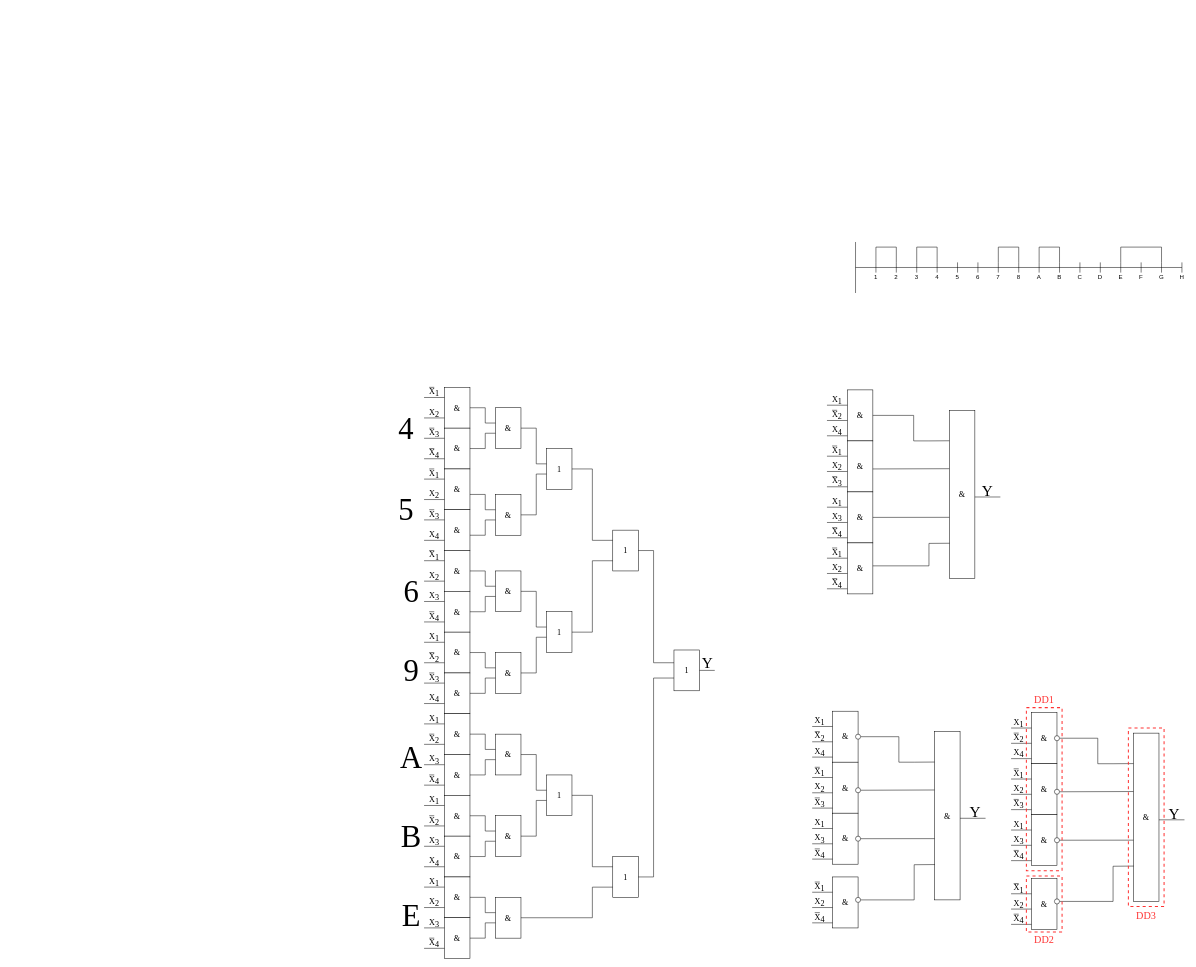
This is lab1_arc_evm.drawio from Hlebnica/arch_evm, a draw.io file, before an edit. Source tidied: cells renumbered, new cells numbered last; positions are measured from the earlier drawing's top-left corner, leaving out a move shared by most shapes. Both pictures are drawn from the tidied source at 51%, with x=0, y=0 at pixel (398, 242).
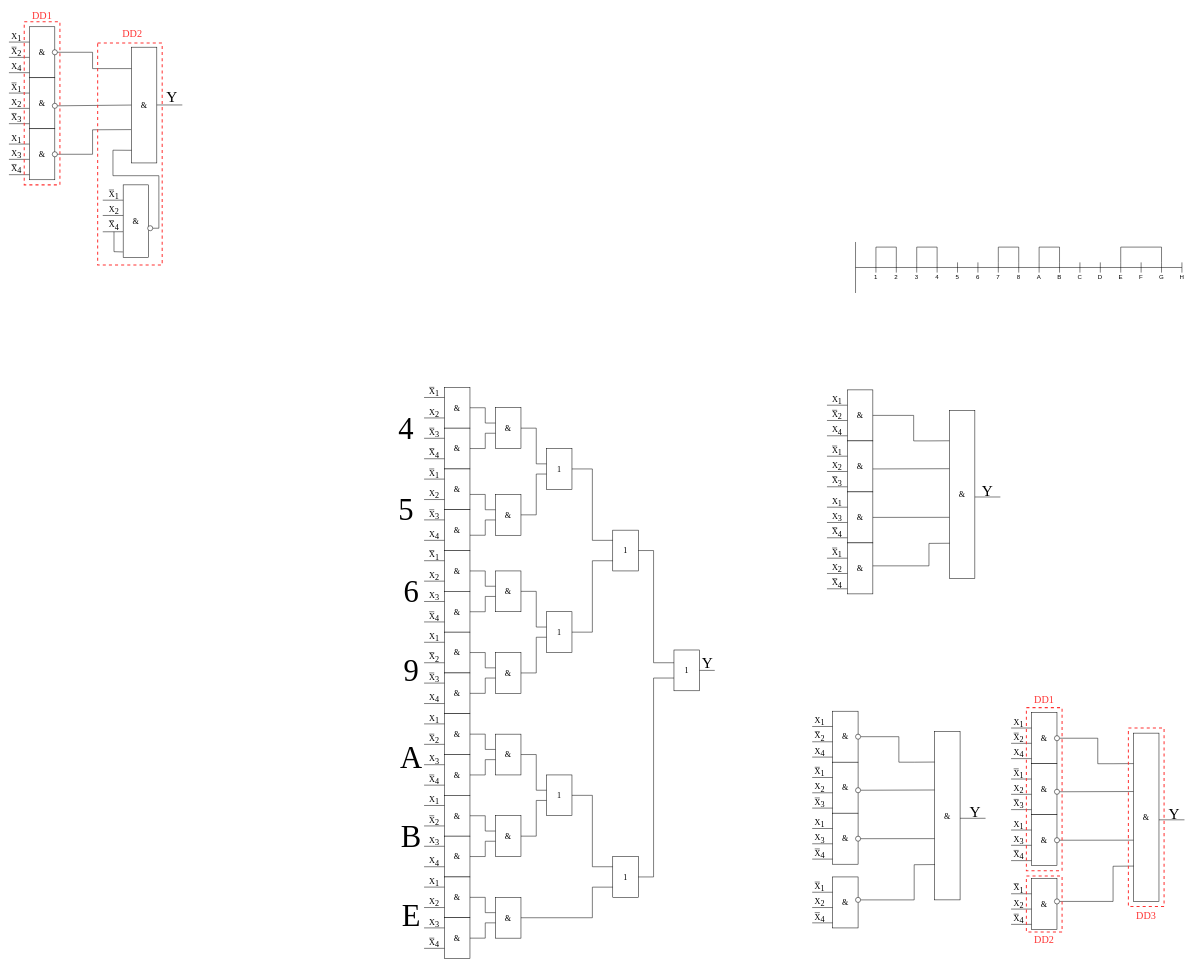
The same page after the edit.

Commit message (it also covers changes not shown here):
lab1_end

Diff of the diagram source:
```diff
@@
+    <mxCell id="309" value="&amp;amp;" style="rounded=0;whiteSpace=wrap;html=1;fontFamily=Times New Roman;fontSize=16;" parent="1" vertex="1">
+      <mxGeometry x="-724" y="-422" width="50" height="100" as="geometry" />
+    </mxCell>
+    <mxCell id="310" style="endArrow=none;html=1;rounded=0;" parent="1" edge="1">
+      <mxGeometry relative="1" as="geometry">
+        <mxPoint x="-764" y="-392" as="sourcePoint" />
+        <mxPoint x="-724" y="-392" as="targetPoint" />
+      </mxGeometry>
+    </mxCell>
+    <mxCell id="311" style="endArrow=none;html=1;rounded=0;" parent="1" edge="1">
+      <mxGeometry relative="1" as="geometry">
+        <mxPoint x="-764" y="-332" as="sourcePoint" />
+        <mxPoint x="-724" y="-332" as="targetPoint" />
+      </mxGeometry>
+    </mxCell>
+    <mxCell id="312" style="endArrow=none;html=1;rounded=0;" parent="1" edge="1">
+      <mxGeometry relative="1" as="geometry">
+        <mxPoint x="-764" y="-362" as="sourcePoint" />
+        <mxPoint x="-724" y="-362" as="targetPoint" />
+      </mxGeometry>
+    </mxCell>
+    <mxCell id="313" value="&amp;amp;" style="rounded=0;whiteSpace=wrap;html=1;fontFamily=Times New Roman;fontSize=16;" parent="1" vertex="1">
+      <mxGeometry x="-724" y="-322" width="50" height="100" as="geometry" />
+    </mxCell>
+    <mxCell id="314" style="endArrow=none;html=1;rounded=0;" parent="1" edge="1">
+      <mxGeometry relative="1" as="geometry">
+        <mxPoint x="-764" y="-292" as="sourcePoint" />
+        <mxPoint x="-724" y="-292" as="targetPoint" />
+      </mxGeometry>
+    </mxCell>
+    <mxCell id="315" style="endArrow=none;html=1;rounded=0;" parent="1" edge="1">
+      <mxGeometry relative="1" as="geometry">
+        <mxPoint x="-764" y="-232" as="sourcePoint" />
+        <mxPoint x="-724" y="-232" as="targetPoint" />
+      </mxGeometry>
+    </mxCell>
+    <mxCell id="316" style="endArrow=none;html=1;rounded=0;" parent="1" edge="1">
+      <mxGeometry relative="1" as="geometry">
+        <mxPoint x="-764" y="-262" as="sourcePoint" />
+        <mxPoint x="-724" y="-262" as="targetPoint" />
+      </mxGeometry>
+    </mxCell>
+    <mxCell id="317" value="&amp;amp;" style="rounded=0;whiteSpace=wrap;html=1;fontFamily=Times New Roman;fontSize=16;" parent="1" vertex="1">
+      <mxGeometry x="-724" y="-222" width="50" height="100" as="geometry" />
+    </mxCell>
+    <mxCell id="318" style="endArrow=none;html=1;rounded=0;" parent="1" edge="1">
+      <mxGeometry relative="1" as="geometry">
+        <mxPoint x="-764" y="-192" as="sourcePoint" />
+        <mxPoint x="-724" y="-192" as="targetPoint" />
+      </mxGeometry>
+    </mxCell>
+    <mxCell id="319" style="endArrow=none;html=1;rounded=0;" parent="1" edge="1">
+      <mxGeometry relative="1" as="geometry">
+        <mxPoint x="-764" y="-132" as="sourcePoint" />
+        <mxPoint x="-724" y="-132" as="targetPoint" />
+      </mxGeometry>
+    </mxCell>
+    <mxCell id="320" style="endArrow=none;html=1;rounded=0;" parent="1" edge="1">
+      <mxGeometry relative="1" as="geometry">
+        <mxPoint x="-764" y="-162" as="sourcePoint" />
+        <mxPoint x="-724" y="-162" as="targetPoint" />
+      </mxGeometry>
+    </mxCell>
+    <mxCell id="321" value="&amp;amp;" style="rounded=0;whiteSpace=wrap;html=1;fontFamily=Times New Roman;fontSize=16;" parent="1" vertex="1">
+      <mxGeometry x="-540" y="-112" width="50" height="142" as="geometry" />
+    </mxCell>
+    <mxCell id="322" style="endArrow=none;html=1;rounded=0;" parent="1" edge="1">
+      <mxGeometry relative="1" as="geometry">
+        <mxPoint x="-580" y="-82" as="sourcePoint" />
+        <mxPoint x="-540" y="-82" as="targetPoint" />
+      </mxGeometry>
+    </mxCell>
+    <mxCell id="323" style="endArrow=none;html=1;rounded=0;entryX=-0.007;entryY=0.647;entryDx=0;entryDy=0;entryPerimeter=0;" parent="1" edge="1" target="321">
+      <mxGeometry relative="1" as="geometry">
+        <mxPoint x="-580" y="-20" as="sourcePoint" />
+      </mxGeometry>
+    </mxCell>
+    <mxCell id="324" style="endArrow=none;html=1;rounded=0;" parent="1" edge="1">
+      <mxGeometry relative="1" as="geometry">
+        <mxPoint x="-580" y="-52" as="sourcePoint" />
+        <mxPoint x="-540" y="-52" as="targetPoint" />
+      </mxGeometry>
+    </mxCell>
+    <mxCell id="325" value="&lt;font style=&quot;font-size: 16px;&quot;&gt;X&lt;sub style=&quot;font-size: 16px;&quot;&gt;1&lt;/sub&gt;&lt;/font&gt;" style="text;html=1;strokeColor=none;fillColor=none;align=center;verticalAlign=middle;whiteSpace=wrap;rounded=0;fontFamily=Times New Roman;fontSize=16;" parent="1" vertex="1">
+      <mxGeometry x="-759" y="-412" width="20" height="20" as="geometry" />
+    </mxCell>
+    <mxCell id="326" value="&lt;font style=&quot;font-size: 16px;&quot;&gt;X&lt;sub style=&quot;font-size: 16px;&quot;&gt;2&lt;/sub&gt;&lt;/font&gt;" style="text;html=1;strokeColor=none;fillColor=none;align=center;verticalAlign=middle;whiteSpace=wrap;rounded=0;fontFamily=Times New Roman;fontSize=16;" parent="1" vertex="1">
+      <mxGeometry x="-759" y="-382" width="20" height="20" as="geometry" />
+    </mxCell>
+    <mxCell id="327" style="endArrow=none;html=1;rounded=0;fontFamily=Times New Roman;fontSize=16;exitX=0;exitY=0;exitDx=0;exitDy=0;entryX=0.5;entryY=0;entryDx=0;entryDy=0;" parent="1" edge="1" source="326" target="326">
+      <mxGeometry relative="1" as="geometry" />
+    </mxCell>
+    <mxCell id="328" value="&lt;font style=&quot;font-size: 16px;&quot;&gt;X&lt;sub style=&quot;font-size: 16px;&quot;&gt;4&lt;/sub&gt;&lt;/font&gt;" style="text;html=1;strokeColor=none;fillColor=none;align=center;verticalAlign=middle;whiteSpace=wrap;rounded=0;fontFamily=Times New Roman;fontSize=16;" parent="1" vertex="1">
+      <mxGeometry x="-759" y="-352" width="20" height="20" as="geometry" />
+    </mxCell>
+    <mxCell id="329" value="&lt;font style=&quot;font-size: 16px;&quot;&gt;X&lt;sub style=&quot;font-size: 16px;&quot;&gt;1&lt;/sub&gt;&lt;/font&gt;" style="text;html=1;strokeColor=none;fillColor=none;align=center;verticalAlign=middle;whiteSpace=wrap;rounded=0;fontFamily=Times New Roman;fontSize=16;" parent="1" vertex="1">
+      <mxGeometry x="-759" y="-312" width="20" height="20" as="geometry" />
+    </mxCell>
+    <mxCell id="330" style="endArrow=none;html=1;rounded=0;fontFamily=Times New Roman;fontSize=16;exitX=0;exitY=0;exitDx=0;exitDy=0;entryX=0.5;entryY=0;entryDx=0;entryDy=0;" parent="1" edge="1" source="329" target="329">
+      <mxGeometry relative="1" as="geometry" />
+    </mxCell>
+    <mxCell id="331" value="&lt;font style=&quot;font-size: 16px;&quot;&gt;X&lt;sub style=&quot;font-size: 16px;&quot;&gt;2&lt;/sub&gt;&lt;/font&gt;" style="text;html=1;strokeColor=none;fillColor=none;align=center;verticalAlign=middle;whiteSpace=wrap;rounded=0;fontFamily=Times New Roman;fontSize=16;" parent="1" vertex="1">
+      <mxGeometry x="-759" y="-282" width="20" height="20" as="geometry" />
+    </mxCell>
+    <mxCell id="332" value="&lt;font style=&quot;font-size: 16px;&quot;&gt;X&lt;sub style=&quot;font-size: 16px;&quot;&gt;3&lt;/sub&gt;&lt;/font&gt;" style="text;html=1;strokeColor=none;fillColor=none;align=center;verticalAlign=middle;whiteSpace=wrap;rounded=0;fontFamily=Times New Roman;fontSize=16;" parent="1" vertex="1">
+      <mxGeometry x="-759" y="-252" width="20" height="20" as="geometry" />
+    </mxCell>
+    <mxCell id="333" style="endArrow=none;html=1;rounded=0;fontFamily=Times New Roman;fontSize=16;exitX=0;exitY=0;exitDx=0;exitDy=0;entryX=0.5;entryY=0;entryDx=0;entryDy=0;" parent="1" edge="1" source="332" target="332">
+      <mxGeometry relative="1" as="geometry" />
+    </mxCell>
+    <mxCell id="334" value="&lt;font style=&quot;font-size: 16px;&quot;&gt;X&lt;sub style=&quot;font-size: 16px;&quot;&gt;1&lt;/sub&gt;&lt;/font&gt;" style="text;html=1;strokeColor=none;fillColor=none;align=center;verticalAlign=middle;whiteSpace=wrap;rounded=0;fontFamily=Times New Roman;fontSize=16;" parent="1" vertex="1">
+      <mxGeometry x="-759" y="-212" width="20" height="20" as="geometry" />
+    </mxCell>
+    <mxCell id="335" value="&lt;font style=&quot;font-size: 16px;&quot;&gt;X&lt;sub style=&quot;font-size: 16px;&quot;&gt;3&lt;/sub&gt;&lt;/font&gt;" style="text;html=1;strokeColor=none;fillColor=none;align=center;verticalAlign=middle;whiteSpace=wrap;rounded=0;fontFamily=Times New Roman;fontSize=16;" parent="1" vertex="1">
+      <mxGeometry x="-759" y="-182" width="20" height="20" as="geometry" />
+    </mxCell>
+    <mxCell id="336" value="&lt;font style=&quot;font-size: 16px;&quot;&gt;X&lt;sub style=&quot;font-size: 16px;&quot;&gt;4&lt;/sub&gt;&lt;/font&gt;" style="text;html=1;strokeColor=none;fillColor=none;align=center;verticalAlign=middle;whiteSpace=wrap;rounded=0;fontFamily=Times New Roman;fontSize=16;" parent="1" vertex="1">
+      <mxGeometry x="-759" y="-152" width="20" height="20" as="geometry" />
+    </mxCell>
+    <mxCell id="337" style="endArrow=none;html=1;rounded=0;fontFamily=Times New Roman;fontSize=16;exitX=0;exitY=0;exitDx=0;exitDy=0;entryX=0.5;entryY=0;entryDx=0;entryDy=0;" parent="1" edge="1" source="336" target="336">
+      <mxGeometry relative="1" as="geometry" />
+    </mxCell>
+    <mxCell id="338" value="&lt;font style=&quot;font-size: 16px;&quot;&gt;X&lt;sub style=&quot;font-size: 16px;&quot;&gt;1&lt;/sub&gt;&lt;/font&gt;" style="text;html=1;strokeColor=none;fillColor=none;align=center;verticalAlign=middle;whiteSpace=wrap;rounded=0;fontFamily=Times New Roman;fontSize=16;" parent="1" vertex="1">
+      <mxGeometry x="-568" y="-102" width="20" height="20" as="geometry" />
+    </mxCell>
+    <mxCell id="339" style="endArrow=none;html=1;rounded=0;fontFamily=Times New Roman;fontSize=16;exitX=0;exitY=0;exitDx=0;exitDy=0;entryX=0.5;entryY=0;entryDx=0;entryDy=0;" parent="1" edge="1" source="338" target="338">
+      <mxGeometry relative="1" as="geometry" />
+    </mxCell>
+    <mxCell id="340" value="&lt;font style=&quot;font-size: 16px;&quot;&gt;X&lt;sub style=&quot;font-size: 16px;&quot;&gt;2&lt;/sub&gt;&lt;/font&gt;" style="text;html=1;strokeColor=none;fillColor=none;align=center;verticalAlign=middle;whiteSpace=wrap;rounded=0;fontFamily=Times New Roman;fontSize=16;" parent="1" vertex="1">
+      <mxGeometry x="-568" y="-72" width="20" height="20" as="geometry" />
+    </mxCell>
+    <mxCell id="341" value="&lt;font style=&quot;font-size: 16px;&quot;&gt;X&lt;sub style=&quot;font-size: 16px;&quot;&gt;4&lt;/sub&gt;&lt;/font&gt;" style="text;html=1;strokeColor=none;fillColor=none;align=center;verticalAlign=middle;whiteSpace=wrap;rounded=0;fontFamily=Times New Roman;fontSize=16;" parent="1" vertex="1">
+      <mxGeometry x="-568" y="-42" width="20" height="20" as="geometry" />
+    </mxCell>
+    <mxCell id="342" style="endArrow=none;html=1;rounded=0;fontFamily=Times New Roman;fontSize=16;exitX=0;exitY=0;exitDx=0;exitDy=0;entryX=0.5;entryY=0;entryDx=0;entryDy=0;" parent="1" edge="1" source="341" target="341">
+      <mxGeometry relative="1" as="geometry" />
+    </mxCell>
+    <mxCell id="343" value="&amp;amp;" style="rounded=0;whiteSpace=wrap;html=1;fontFamily=Times New Roman;fontSize=16;" parent="1" vertex="1">
+      <mxGeometry x="-524" y="-382" width="50" height="227" as="geometry" />
+    </mxCell>
+    <mxCell id="344" style="endArrow=none;html=1;rounded=0;entryX=0;entryY=0.5;entryDx=0;entryDy=0;exitX=1;exitY=0.5;exitDx=0;exitDy=0;" parent="1" edge="1" source="350" target="343">
+      <mxGeometry relative="1" as="geometry" />
+    </mxCell>
+    <mxCell id="345" style="endArrow=none;html=1;rounded=0;entryX=-0.011;entryY=0.712;entryDx=0;entryDy=0;entryPerimeter=0;" parent="1" edge="1" target="343">
+      <mxGeometry relative="1" as="geometry">
+        <mxPoint x="-674" y="-172" as="sourcePoint" />
+        <Array as="points">
+          <mxPoint x="-600" y="-172" />
+          <mxPoint x="-600" y="-220" />
+        </Array>
+      </mxGeometry>
+    </mxCell>
+    <mxCell id="346" style="endArrow=none;html=1;rounded=0;entryX=0.007;entryY=0.891;entryDx=0;entryDy=0;entryPerimeter=0;exitX=1;exitY=0.5;exitDx=0;exitDy=0;" parent="1" edge="1" source="352" target="343">
+      <mxGeometry relative="1" as="geometry">
+        <Array as="points">
+          <mxPoint x="-470" y="-27" />
+          <mxPoint x="-470" y="-80" />
+          <mxPoint x="-470" y="-130" />
+          <mxPoint x="-560" y="-130" />
+          <mxPoint x="-560" y="-180" />
+        </Array>
+      </mxGeometry>
+    </mxCell>
+    <mxCell id="347" style="endArrow=none;html=1;rounded=0;" parent="1" edge="1">
+      <mxGeometry relative="1" as="geometry">
+        <mxPoint x="-474" y="-268.7" as="sourcePoint" />
+        <mxPoint x="-424" y="-268.7" as="targetPoint" />
+      </mxGeometry>
+    </mxCell>
+    <mxCell id="348" value="&lt;font style=&quot;font-size: 30px;&quot;&gt;Y&lt;/font&gt;" style="text;html=1;strokeColor=none;fillColor=none;align=center;verticalAlign=middle;whiteSpace=wrap;rounded=0;fontSize=59;fontFamily=Times New Roman;" parent="1" vertex="1">
+      <mxGeometry x="-459" y="-317" width="30" height="45" as="geometry" />
+    </mxCell>
+    <mxCell id="349" style="ellipse;whiteSpace=wrap;html=1;strokeColor=#000000;strokeWidth=1;fontFamily=Times New Roman;fontSize=20;fontColor=#000000;fillColor=default;" parent="1" vertex="1">
+      <mxGeometry x="-679" y="-377" width="10" height="10" as="geometry" />
+    </mxCell>
+    <mxCell id="350" style="ellipse;whiteSpace=wrap;html=1;strokeColor=#000000;strokeWidth=1;fontFamily=Times New Roman;fontSize=20;fontColor=#000000;fillColor=default;" parent="1" vertex="1">
+      <mxGeometry x="-679" y="-272" width="10" height="10" as="geometry" />
+    </mxCell>
+    <mxCell id="351" style="ellipse;whiteSpace=wrap;html=1;strokeColor=#000000;strokeWidth=1;fontFamily=Times New Roman;fontSize=20;fontColor=#000000;fillColor=default;" parent="1" vertex="1">
+      <mxGeometry x="-679" y="-177" width="10" height="10" as="geometry" />
+    </mxCell>
+    <mxCell id="352" style="ellipse;whiteSpace=wrap;html=1;strokeColor=#000000;strokeWidth=1;fontFamily=Times New Roman;fontSize=20;fontColor=#000000;fillColor=default;" parent="1" vertex="1">
+      <mxGeometry x="-492" y="-32" width="10" height="10" as="geometry" />
+    </mxCell>
+    <mxCell id="353" style="endArrow=none;html=1;rounded=0;entryX=0.002;entryY=0.185;entryDx=0;entryDy=0;entryPerimeter=0;exitX=1;exitY=0.5;exitDx=0;exitDy=0;" parent="1" edge="1" source="349" target="343">
+      <mxGeometry relative="1" as="geometry">
+        <Array as="points">
+          <mxPoint x="-600" y="-372" />
+          <mxPoint x="-600" y="-340" />
+        </Array>
+      </mxGeometry>
+    </mxCell>
+    <mxCell id="354" style="endArrow=none;html=1;rounded=0;exitX=-0.011;exitY=0.926;exitDx=0;exitDy=0;exitPerimeter=0;" parent="1" edge="1" source="321">
+      <mxGeometry relative="1" as="geometry">
+        <mxPoint x="-558" y="-20" as="targetPoint" />
+        <Array as="points">
+          <mxPoint x="-558" y="19" />
+        </Array>
+      </mxGeometry>
+    </mxCell>
+    <mxCell id="355" style="rounded=0;whiteSpace=wrap;html=1;fillColor=none;dashed=1;strokeColor=#FF3333;strokeWidth=2;" parent="1" vertex="1">
+      <mxGeometry x="-734" y="-432" width="70" height="320" as="geometry" />
+    </mxCell>
+    <mxCell id="356" value="DD1" style="text;html=1;strokeColor=none;fillColor=none;align=center;verticalAlign=middle;whiteSpace=wrap;rounded=0;fontFamily=Times New Roman;fontSize=20;fontColor=#FF3333;" parent="1" vertex="1">
+      <mxGeometry x="-729" y="-457" width="60" height="25" as="geometry" />
+    </mxCell>
+    <mxCell id="357" value="DD2" style="text;html=1;strokeColor=none;fillColor=none;align=center;verticalAlign=middle;whiteSpace=wrap;rounded=0;fontFamily=Times New Roman;fontSize=20;fontColor=#FF3333;" parent="1" vertex="1">
+      <mxGeometry x="-552" y="-422" width="60" height="25" as="geometry" />
+    </mxCell>
+    <mxCell id="358" style="rounded=0;whiteSpace=wrap;html=1;fillColor=none;dashed=1;strokeColor=#FF3333;strokeWidth=2;" parent="1" vertex="1">
+      <mxGeometry x="-590" y="-390" width="126.5" height="435" as="geometry" />
+    </mxCell>
```
